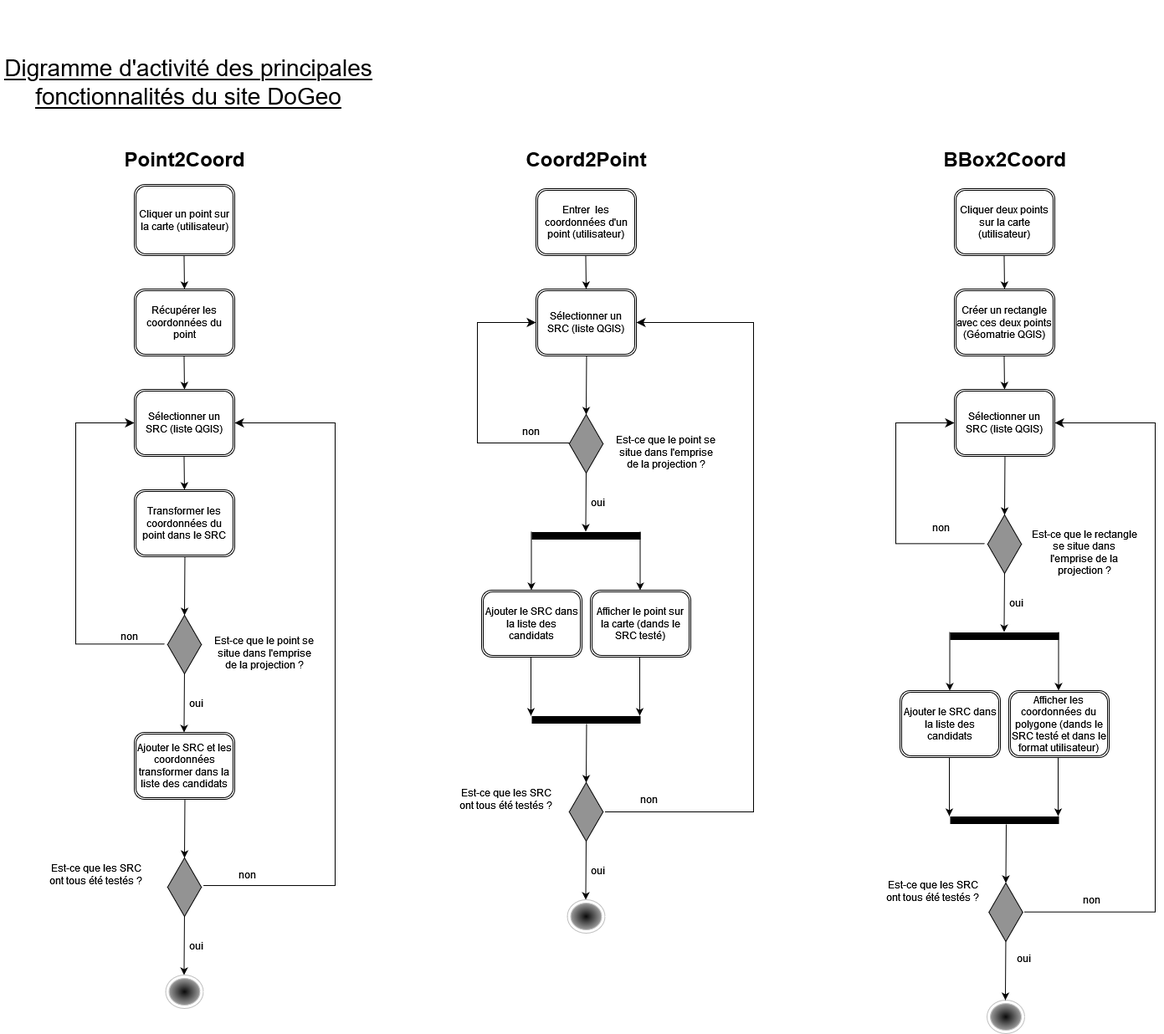
This is diag_act.png from leonielrx/ProjetInfo_DoGeo, a draw.io export, as it was before one commit. Source tidied: cells renumbered, new cells last; positions are measured from the earlier drawing's top-left corner, leaving out a move shared by most shapes.
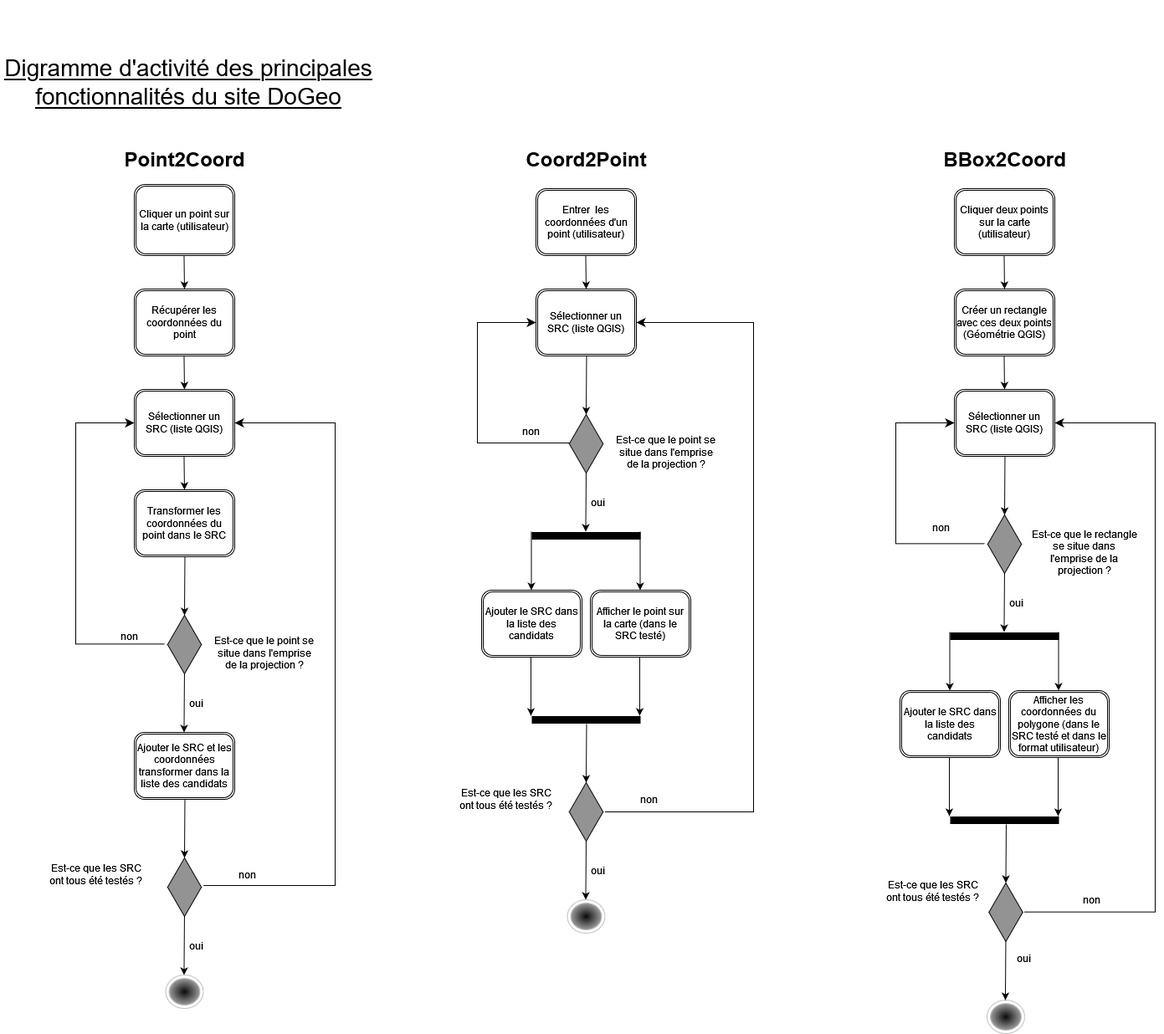
After the change.

Commit message:
Mettre à jour diag_act.png

Change to the diagram source:
```diff
@@ -168,7 +168,7 @@
         <mxPoint x="764.5" y="705" as="targetPoint" />
       </mxGeometry>
     </mxCell>
-    <mxCell id="42" value="Afficher le point sur la carte (dands le SRC testé)" style="shape=ext;double=1;rounded=1;whiteSpace=wrap;html=1;" parent="1" vertex="1">
+    <mxCell id="42" value="Afficher le point sur la carte (dans le SRC testé)" style="shape=ext;double=1;rounded=1;whiteSpace=wrap;html=1;" parent="1" vertex="1">
       <mxGeometry x="705" y="705" width="120" height="80" as="geometry" />
     </mxCell>
     <mxCell id="43" style="endArrow=classic;html=1;rounded=0;exitX=0.5;exitY=1;exitDx=0;exitDy=0;" parent="1" edge="1">
@@ -232,7 +232,7 @@
         <mxPoint x="1200" y="345" as="targetPoint" />
       </mxGeometry>
     </mxCell>
-    <mxCell id="57" value="Créer un rectangle avec ces deux points (Géomatrie QGIS)" style="shape=ext;double=1;rounded=1;whiteSpace=wrap;html=1;" parent="1" vertex="1">
+    <mxCell id="57" value="Créer un rectangle avec ces deux points (Géométrie QGIS)" style="shape=ext;double=1;rounded=1;whiteSpace=wrap;html=1;" parent="1" vertex="1">
       <mxGeometry x="1140" y="345" width="120" height="80" as="geometry" />
     </mxCell>
     <mxCell id="58" style="html=1;whiteSpace=wrap;shape=isoRectangle;direction=south;fillColor=#939393;" parent="1" vertex="1">
@@ -325,7 +325,7 @@
         <mxPoint x="1264.5" y="825" as="targetPoint" />
       </mxGeometry>
     </mxCell>
-    <mxCell id="79" value="Afficher les coordonnées du polygone (dands le SRC testé et dans le format utilisateur)" style="shape=ext;double=1;rounded=1;whiteSpace=wrap;html=1;" parent="1" vertex="1">
+    <mxCell id="79" value="Afficher les coordonnées du polygone (dans le SRC testé et dans le format utilisateur)" style="shape=ext;double=1;rounded=1;whiteSpace=wrap;html=1;" parent="1" vertex="1">
       <mxGeometry x="1205" y="825" width="120" height="80" as="geometry" />
     </mxCell>
     <mxCell id="80" style="endArrow=classic;html=1;rounded=0;exitX=0.5;exitY=1;exitDx=0;exitDy=0;" parent="1" edge="1">
```
